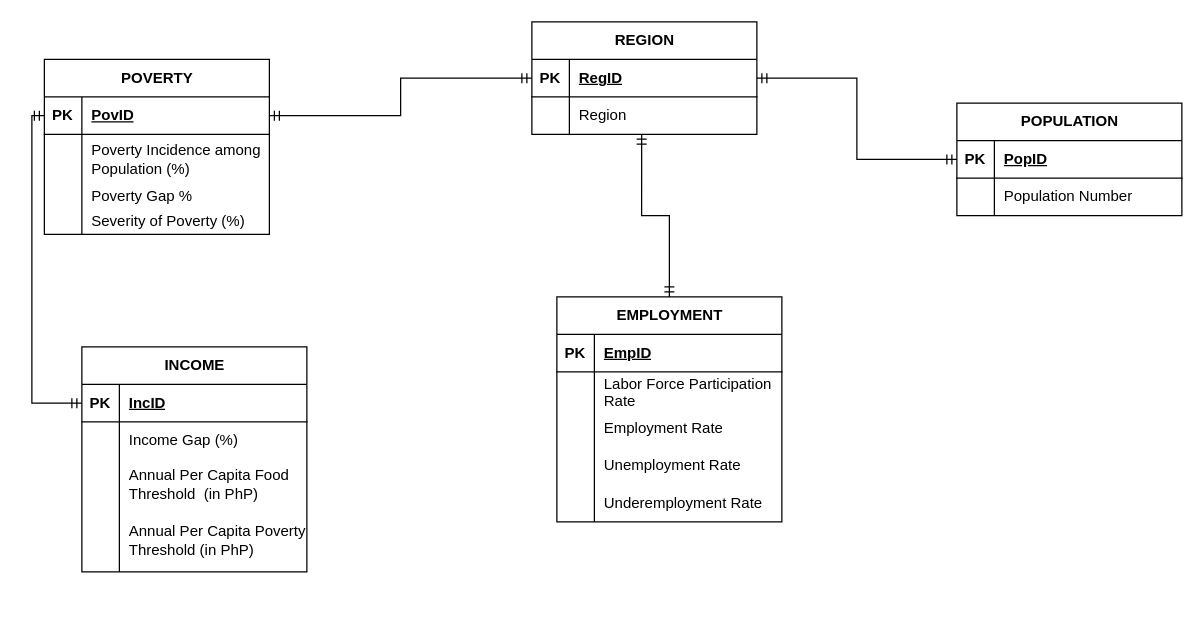
Above: page "NRM" (3 of 4) of DECapstone diagrams.drawio in vinsanity2022/SPARTACapstone (draw.io), before the change. Source tidied: cells renumbered, new cells numbered last; positions are measured from the earlier drawing's top-left corner, leaving out a move shared by most shapes. Both pictures are drawn from the tidied source at 125%, with x=0, y=0 at pixel (44, 21).
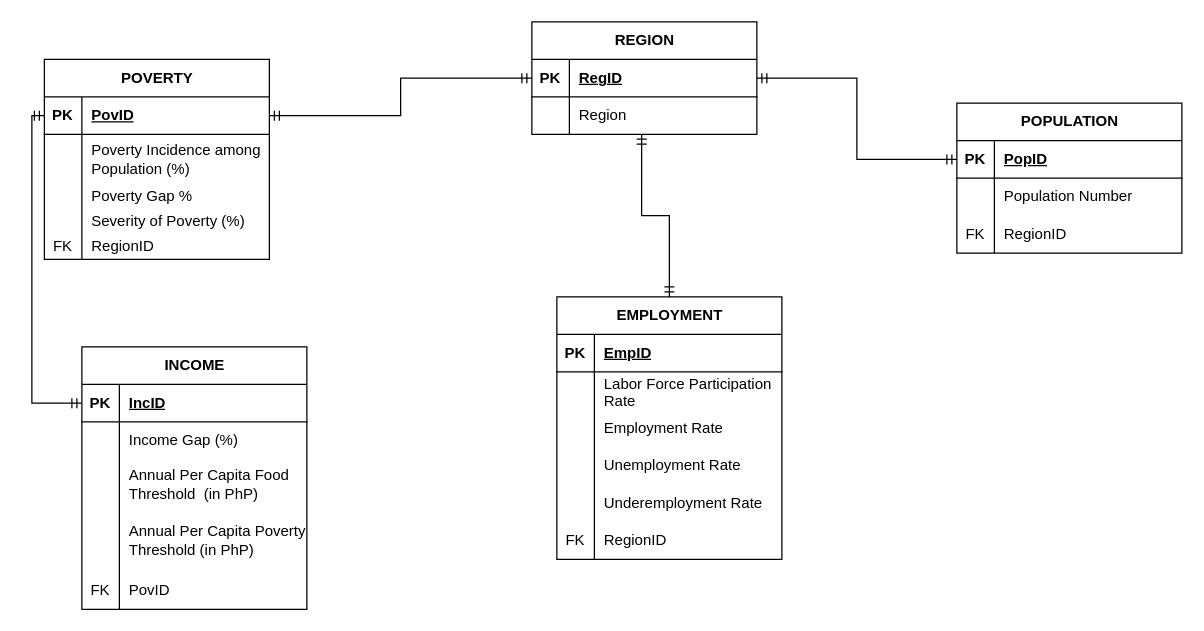
The same diagram, later.

The edit, as a diff of the source:
```diff
@@
     <mxCell id="2" value="POVERTY" style="shape=table;startSize=30;childLayout=tableLayout;rowLines=0;fontStyle=1;align=center;html=1;" parent="1" vertex="1">
-      <mxGeometry y="30" width="180" height="140" as="geometry" />
+      <mxGeometry y="30" width="180" height="160" as="geometry" />
     </mxCell>
@@
+    <mxCell id="62" style="shape=tableRow;horizontal=0;startSize=0;swimlaneHead=0;swimlaneBody=0;fillColor=none;top=0;left=0;right=0;bottom=0;" parent="2" vertex="1">
+      <mxGeometry y="140" width="180" height="20" as="geometry" />
+    </mxCell>
+    <mxCell id="63" value="FK" style="shape=partialRectangle;fillColor=none;top=0;left=0;bottom=0;right=0;overflow=hidden;whiteSpace=wrap;html=1;" parent="62" vertex="1">
+      <mxGeometry width="30" height="20" as="geometry" />
+    </mxCell>
+    <mxCell id="64" value="RegionID" style="shape=partialRectangle;fillColor=none;top=0;left=0;bottom=0;right=0;align=left;spacingLeft=6;overflow=hidden;whiteSpace=wrap;html=1;" parent="62" vertex="1">
+      <mxGeometry x="30" width="150" height="20" as="geometry" />
+    </mxCell>
     <mxCell id="15" value="INCOME" style="shape=table;startSize=30;childLayout=tableLayout;rowLines=0;fontStyle=1;align=center;html=1;" parent="1" vertex="1">
-      <mxGeometry x="30" y="260" width="180" height="180" as="geometry" />
+      <mxGeometry x="30" y="260" width="180" height="210" as="geometry" />
     </mxCell>
@@
+    <mxCell id="65" style="shape=tableRow;horizontal=0;startSize=0;swimlaneHead=0;swimlaneBody=0;fillColor=none;top=0;left=0;right=0;bottom=0;" parent="15" vertex="1">
+      <mxGeometry y="180" width="180" height="30" as="geometry" />
+    </mxCell>
+    <mxCell id="66" value="FK" style="shape=partialRectangle;fillColor=none;top=0;left=0;bottom=0;right=0;overflow=hidden;whiteSpace=wrap;html=1;" parent="65" vertex="1">
+      <mxGeometry width="30" height="30" as="geometry" />
+    </mxCell>
+    <mxCell id="67" value="PovID" style="shape=partialRectangle;fillColor=none;top=0;left=0;bottom=0;right=0;align=left;spacingLeft=6;overflow=hidden;whiteSpace=wrap;html=1;" parent="65" vertex="1">
+      <mxGeometry x="30" width="150" height="30" as="geometry" />
+    </mxCell>
@@
     <mxCell id="37" value="POPULATION" style="shape=table;startSize=30;childLayout=tableLayout;rowLines=0;fontStyle=1;align=center;html=1;" parent="1" vertex="1">
-      <mxGeometry x="730" y="65" width="180" height="90" as="geometry" />
+      <mxGeometry x="730" y="65" width="180" height="120" as="geometry" />
     </mxCell>
@@
+    <mxCell id="68" style="shape=tableRow;horizontal=0;startSize=0;swimlaneHead=0;swimlaneBody=0;fillColor=none;top=0;left=0;right=0;bottom=0;" parent="37" vertex="1">
+      <mxGeometry y="90" width="180" height="30" as="geometry" />
+    </mxCell>
+    <mxCell id="69" value="FK" style="shape=partialRectangle;fillColor=none;top=0;left=0;bottom=0;right=0;overflow=hidden;whiteSpace=wrap;html=1;" parent="68" vertex="1">
+      <mxGeometry width="30" height="30" as="geometry" />
+    </mxCell>
+    <mxCell id="70" value="RegionID" style="shape=partialRectangle;fillColor=none;top=0;left=0;bottom=0;right=0;align=left;spacingLeft=6;overflow=hidden;whiteSpace=wrap;html=1;" parent="68" vertex="1">
+      <mxGeometry x="30" width="150" height="30" as="geometry" />
+    </mxCell>
@@
     <mxCell id="45" value="EMPLOYMENT" style="shape=table;startSize=30;childLayout=tableLayout;rowLines=0;fontStyle=1;align=center;html=1;" parent="1" vertex="1">
-      <mxGeometry x="410" y="220" width="180" height="180" as="geometry" />
+      <mxGeometry x="410" y="220" width="180" height="210" as="geometry" />
     </mxCell>
@@
+    <mxCell id="71" style="shape=tableRow;horizontal=0;startSize=0;swimlaneHead=0;swimlaneBody=0;fillColor=none;top=0;left=0;right=0;bottom=0;" parent="45" vertex="1">
+      <mxGeometry y="180" width="180" height="30" as="geometry" />
+    </mxCell>
+    <mxCell id="72" value="FK" style="shape=partialRectangle;fillColor=none;top=0;left=0;bottom=0;right=0;overflow=hidden;whiteSpace=wrap;html=1;" parent="71" vertex="1">
+      <mxGeometry width="30" height="30" as="geometry" />
+    </mxCell>
+    <mxCell id="73" value="RegionID" style="shape=partialRectangle;fillColor=none;top=0;left=0;bottom=0;right=0;align=left;spacingLeft=6;overflow=hidden;whiteSpace=wrap;html=1;" parent="71" vertex="1">
+      <mxGeometry x="30" width="150" height="30" as="geometry" />
+    </mxCell>
```
